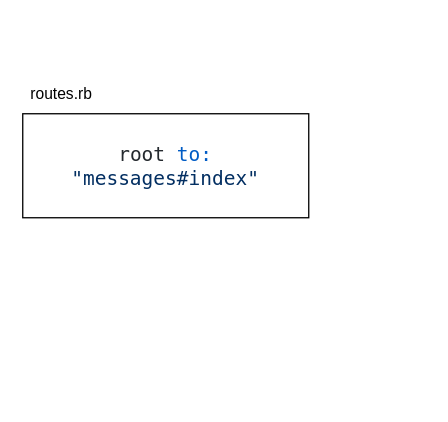
This is .dio from naoto7010code/chat-app3, a draw.io file, before an edit. Source tidied: cells renumbered, new cells numbered last; positions are measured from the earlier drawing's top-left corner, leaving out a move shared by most shapes. Both pictures are drawn from the tidied source at 130%, with x=0, y=0 at pixel (22, 74).
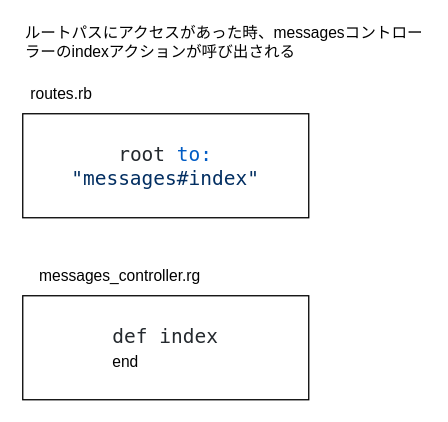
Above is the later version.

Change to the diagram source:
```diff
@@
 <mxGraphModel>
   <root>
     <mxCell id="0" />
     <mxCell id="1" parent="0" />
     <mxCell id="2" value="&lt;span style=&quot;background-color: rgb(255 , 255 , 255) ; color: rgb(36 , 41 , 46) ; font-family: &amp;#34;ricty diminished&amp;#34; , &amp;#34;menlo&amp;#34; , &amp;#34;monaco&amp;#34; , &amp;#34;courier new&amp;#34; , monospace ; font-size: 15px&quot;&gt;root &lt;/span&gt;&lt;span style=&quot;font-family: &amp;#34;ricty diminished&amp;#34; , &amp;#34;menlo&amp;#34; , &amp;#34;monaco&amp;#34; , &amp;#34;courier new&amp;#34; , monospace ; font-size: 15px ; color: rgb(0 , 92 , 197)&quot;&gt;to:&lt;/span&gt;&lt;span style=&quot;background-color: rgb(255 , 255 , 255) ; color: rgb(36 , 41 , 46) ; font-family: &amp;#34;ricty diminished&amp;#34; , &amp;#34;menlo&amp;#34; , &amp;#34;monaco&amp;#34; , &amp;#34;courier new&amp;#34; , monospace ; font-size: 15px&quot;&gt; &lt;/span&gt;&lt;span style=&quot;font-family: &amp;#34;ricty diminished&amp;#34; , &amp;#34;menlo&amp;#34; , &amp;#34;monaco&amp;#34; , &amp;#34;courier new&amp;#34; , monospace ; font-size: 15px ; color: rgb(3 , 47 , 98)&quot;&gt;&quot;messages#index&quot;&lt;/span&gt;" style="rounded=0;whiteSpace=wrap;html=1;" parent="1" vertex="1">
       <mxGeometry y="30" width="220" height="80" as="geometry" />
     </mxCell>
     <mxCell id="3" value="routes.rb" style="text;html=1;strokeColor=none;fillColor=none;align=center;verticalAlign=middle;whiteSpace=wrap;rounded=0;" parent="1" vertex="1">
       <mxGeometry width="60" height="30" as="geometry" />
     </mxCell>
+    <mxCell id="4" value="&lt;font color=&quot;#24292e&quot; face=&quot;ricty diminished, menlo, monaco, courier new, monospace&quot;&gt;&lt;span style=&quot;font-size: 15px ; background-color: rgb(255 , 255 , 255)&quot;&gt;def index&lt;br&gt;&lt;div style=&quot;text-align: left&quot;&gt;&lt;span style=&quot;color: rgb(0 , 0 , 0) ; font-family: &amp;#34;helvetica&amp;#34; ; font-size: 12px&quot;&gt;end&lt;/span&gt;&lt;/div&gt;&lt;/span&gt;&lt;/font&gt;" style="rounded=0;whiteSpace=wrap;html=1;" parent="1" vertex="1">
+      <mxGeometry y="170" width="220" height="80" as="geometry" />
+    </mxCell>
+    <mxCell id="5" value="messages_controller.rg" style="text;html=1;strokeColor=none;fillColor=none;align=center;verticalAlign=middle;whiteSpace=wrap;rounded=0;" parent="1" vertex="1">
+      <mxGeometry y="140" width="150" height="30" as="geometry" />
+    </mxCell>
+    <mxCell id="6" value="ルートパスにアクセスがあった時、messagesコントローラーのindexアクションが呼び出される" style="text;html=1;strokeColor=none;fillColor=none;align=left;verticalAlign=middle;whiteSpace=wrap;rounded=0;" parent="1" vertex="1">
+      <mxGeometry y="-40" width="310" height="30" as="geometry" />
+    </mxCell>
   </root>
 </mxGraphModel>
```
